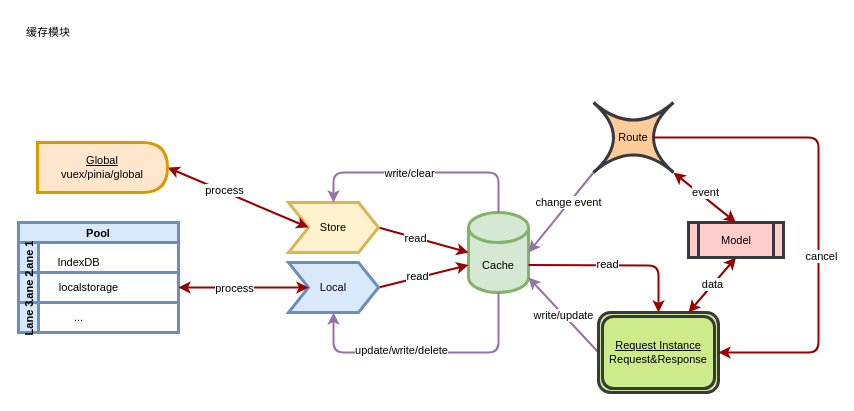
Above: page "缓存模块" (2 of 4) of 脚手架设计图.drawio in zonewancheng/diagrames (draw.io), before the change. Source tidied: cells renumbered, new cells numbered last; positions are measured from the earlier drawing's top-left corner, leaving out a move shared by most shapes. Both pictures are drawn from the tidied source at 100%, with x=0, y=0 at pixel (18, 17).
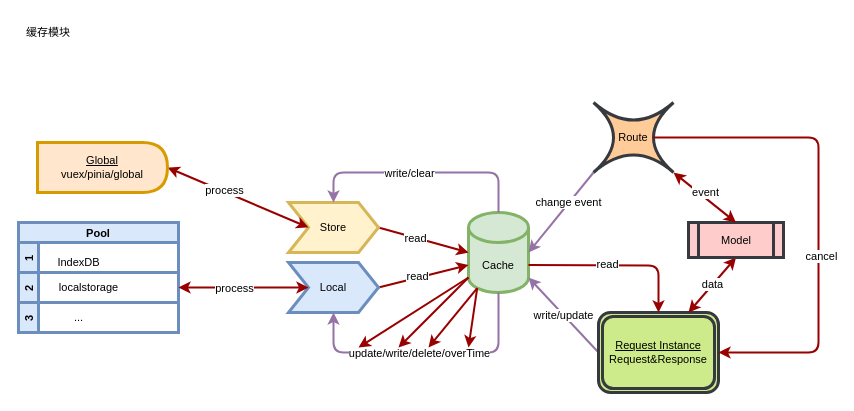
The same diagram, later.

The change refers to these unchanged cells:
```xml
<mxCell id="4" value="Cache" style="shape=cylinder3;whiteSpace=wrap;html=1;boundedLbl=1;backgroundOutline=1;size=15;strokeColor=#82b366;strokeWidth=3;fontFamily=Helvetica;fontSize=11;fillColor=#d5e8d4;" parent="3" vertex="1">
  <mxGeometry x="450" y="110" width="60" height="80" as="geometry" />
</mxCell>
<mxCell id="13" style="edgeStyle=none;shape=connector;rounded=1;jettySize=auto;html=1;exitX=0.5;exitY=1;exitDx=0;exitDy=0;exitPerimeter=0;entryX=0.5;entryY=1;entryDx=0;entryDy=0;labelBackgroundColor=default;strokeColor=#9673a6;strokeWidth=2;fontFamily=Helvetica;fontSize=11;fontColor=#000000;endArrow=classic;fillColor=#e1d5e7;" parent="3" edge="1" source="4" target="12">
  <mxGeometry relative="1" as="geometry">
    <Array as="points">
      <mxPoint x="480" y="250" />
      <mxPoint x="315" y="250" />
    </Array>
  </mxGeometry>
</mxCell>
<mxCell id="18" value="Pool" style="swimlane;horizontal=1;startSize=20;strokeColor=#6c8ebf;strokeWidth=3;fontFamily=Helvetica;fontSize=11;fillColor=#dae8fc;" parent="3" vertex="1">
  <mxGeometry y="120" width="160" height="110" as="geometry" />
</mxCell>
```

The edit, as a diff of the source:
```diff
@@
-    <mxCell id="14" value="update/write/delete" style="edgeLabel;html=1;align=center;verticalAlign=middle;fontSize=11;fontFamily=Helvetica;fontColor=#000000;" parent="13" vertex="1">
-      <mxGeometry x="0.19" y="-3" relative="1" as="geometry" />
+    <mxCell id="14" value="update/write/delete/overTime" style="edgeLabel;html=1;align=center;verticalAlign=middle;fontSize=11;fontFamily=Helvetica;fontColor=#000000;" parent="13" vertex="1">
+      <mxGeometry x="0.19" y="-3" relative="1" as="geometry">
+        <mxPoint x="18" y="3" as="offset" />
+      </mxGeometry>
     </mxCell>
@@
-    <mxCell id="19" value="Lane 1" style="swimlane;startSize=20;horizontal=0;strokeColor=#6c8ebf;strokeWidth=3;fontFamily=Helvetica;fontSize=11;fillColor=#dae8fc;" parent="18" vertex="1">
+    <mxCell id="19" value="1" style="swimlane;startSize=20;horizontal=0;strokeColor=#6c8ebf;strokeWidth=3;fontFamily=Helvetica;fontSize=11;fillColor=#dae8fc;" parent="18" vertex="1">
       <mxGeometry y="20" width="160" height="30" as="geometry" />
     </mxCell>
-    <mxCell id="20" value="Lane 2" style="swimlane;startSize=20;horizontal=0;strokeColor=#6c8ebf;strokeWidth=3;fontFamily=Helvetica;fontSize=11;fillColor=#dae8fc;" parent="18" vertex="1">
+    <mxCell id="20" value="2" style="swimlane;startSize=20;horizontal=0;strokeColor=#6c8ebf;strokeWidth=3;fontFamily=Helvetica;fontSize=11;fillColor=#dae8fc;" parent="18" vertex="1">
       <mxGeometry y="50" width="160" height="30" as="geometry" />
     </mxCell>
@@
-    <mxCell id="22" value="Lane 3" style="swimlane;startSize=20;horizontal=0;strokeColor=#6c8ebf;strokeWidth=3;fontFamily=Helvetica;fontSize=11;fillColor=#dae8fc;" parent="18" vertex="1">
+    <mxCell id="22" value="3" style="swimlane;startSize=20;horizontal=0;strokeColor=#6c8ebf;strokeWidth=3;fontFamily=Helvetica;fontSize=11;fillColor=#dae8fc;" parent="18" vertex="1">
       <mxGeometry y="80" width="160" height="30" as="geometry" />
     </mxCell>
@@
+    <mxCell id="39" style="edgeStyle=none;shape=connector;rounded=1;jettySize=auto;html=1;exitX=0.145;exitY=1;exitDx=0;exitDy=-4.35;exitPerimeter=0;labelBackgroundColor=default;strokeColor=#990000;strokeWidth=2;fontFamily=Helvetica;fontSize=11;fontColor=#000000;startArrow=none;startFill=0;endArrow=classic;endFill=1;" parent="1" edge="1" source="4">
+      <mxGeometry relative="1" as="geometry">
+        <mxPoint x="450" y="330" as="targetPoint" />
+      </mxGeometry>
+    </mxCell>
+    <mxCell id="40" style="edgeStyle=none;shape=connector;rounded=1;jettySize=auto;html=1;exitX=0;exitY=1;exitDx=0;exitDy=-15;exitPerimeter=0;labelBackgroundColor=default;strokeColor=#990000;strokeWidth=2;fontFamily=Helvetica;fontSize=11;fontColor=#000000;startArrow=none;startFill=0;endArrow=classic;endFill=1;" parent="1" edge="1" source="4">
+      <mxGeometry relative="1" as="geometry">
+        <mxPoint x="380" y="330" as="targetPoint" />
+      </mxGeometry>
+    </mxCell>
+    <mxCell id="41" style="edgeStyle=none;shape=connector;rounded=1;jettySize=auto;html=1;exitX=0;exitY=1;exitDx=0;exitDy=-15;exitPerimeter=0;labelBackgroundColor=default;strokeColor=#990000;strokeWidth=2;fontFamily=Helvetica;fontSize=11;fontColor=#000000;startArrow=none;startFill=0;endArrow=classic;endFill=1;" parent="1" edge="1" source="4">
+      <mxGeometry relative="1" as="geometry">
+        <mxPoint x="340" y="330" as="targetPoint" />
+      </mxGeometry>
+    </mxCell>
+    <mxCell id="42" style="edgeStyle=none;shape=connector;rounded=1;jettySize=auto;html=1;exitX=0.145;exitY=1;exitDx=0;exitDy=-4.35;exitPerimeter=0;labelBackgroundColor=default;strokeColor=#990000;strokeWidth=2;fontFamily=Helvetica;fontSize=11;fontColor=#000000;startArrow=none;startFill=0;endArrow=classic;endFill=1;" parent="1" edge="1" source="4">
+      <mxGeometry relative="1" as="geometry">
+        <mxPoint x="410" y="330" as="targetPoint" />
+      </mxGeometry>
+    </mxCell>
```
